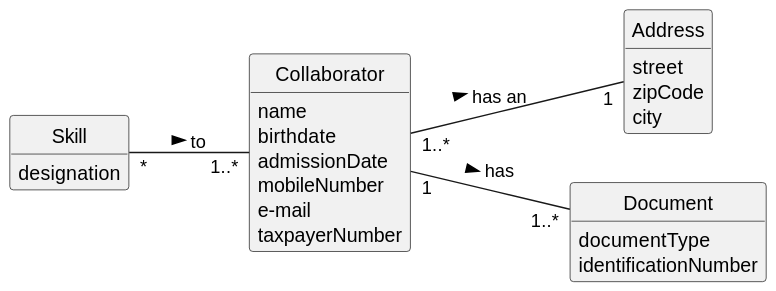
Earlier version of the PlantUML export docs/sprintB/us004/02.analysis/svg/us004-domain-model.svg (ricardomm7/leaflink).
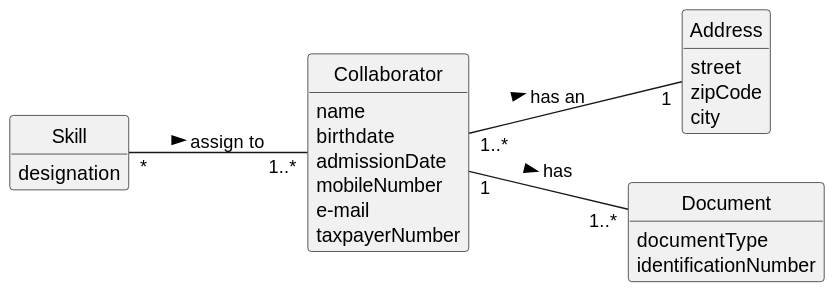
The same diagram one commit later.

What changed in the source:
```diff
@@ -38,5 +38,5 @@
 Collaborator "1..*"--"1" Address: has an >
 Collaborator  "1"--"1..*"  Document: has >
 
-Skill "*" -- "1..*" Collaborator : to >
+Skill "*" -- "1..*" Collaborator : assign to >
 @enduml
```
